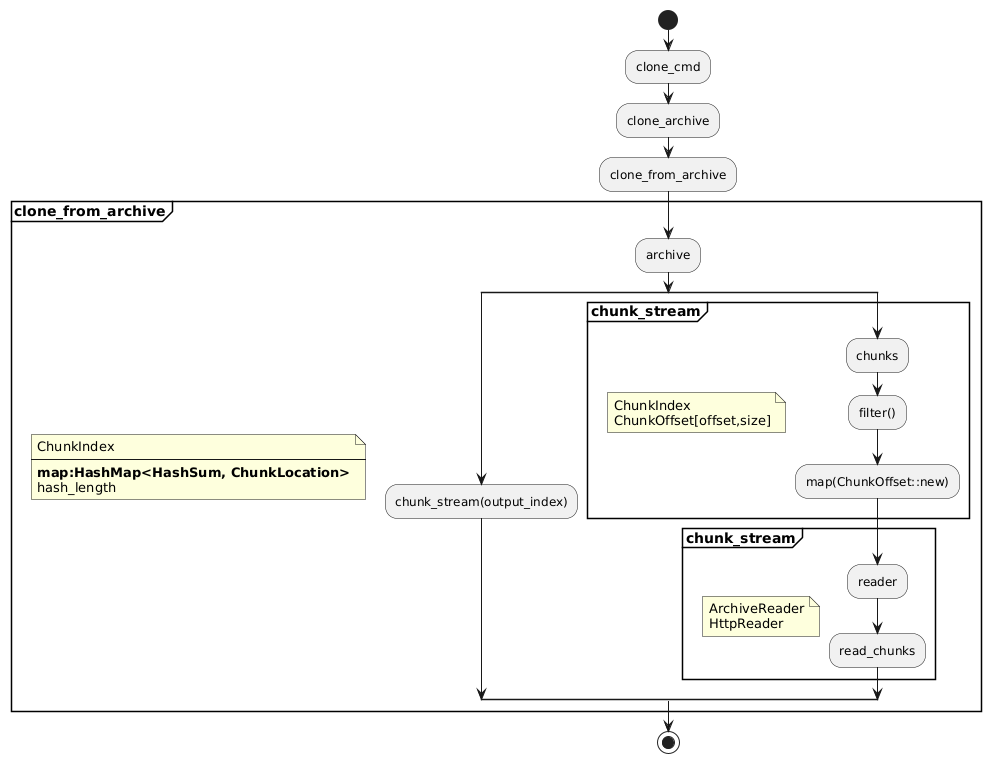
This is puml/bita/clone_cmd_a.png from softtiny/docs.bita, a PlantUML export, as it was before one commit. Source of this version:
```plantuml
@startuml
start
:clone_cmd;
:clone_archive;
:clone_from_archive;
partition "**clone_from_archive**" {
    note
        ChunkIndex
        ----
        **map:HashMap<HashSum, ChunkLocation>**
        hash_length
    end note
    :archive;
    split
        :chunk_stream(output_index);
    split again
        partition "**chunk_stream**" {
            note
                ChunkIndex
                ChunkOffset[offset,size]
            end note
            :chunks;
            :filter();
            :map(ChunkOffset::new);
        }
        partition "**chunk_stream**" {
            note
                ArchiveReader
                HttpReader
            end note
            :reader;
            :read_chunks;
        }
    end split
}
stop
@enduml
```
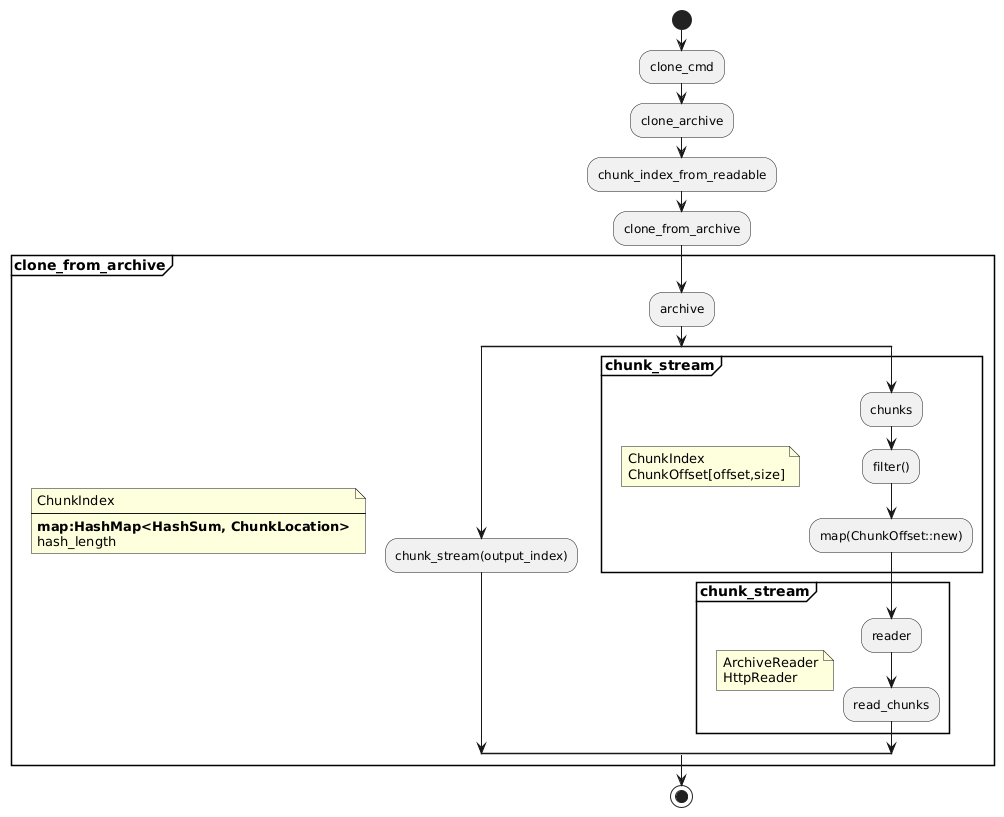
After the change.

Change to the diagram source:
```diff
@@ -2,6 +2,7 @@
 start
 :clone_cmd;
 :clone_archive;
+:chunk_index_from_readable;
 :clone_from_archive;
 partition "**clone_from_archive**" {
     note
```
